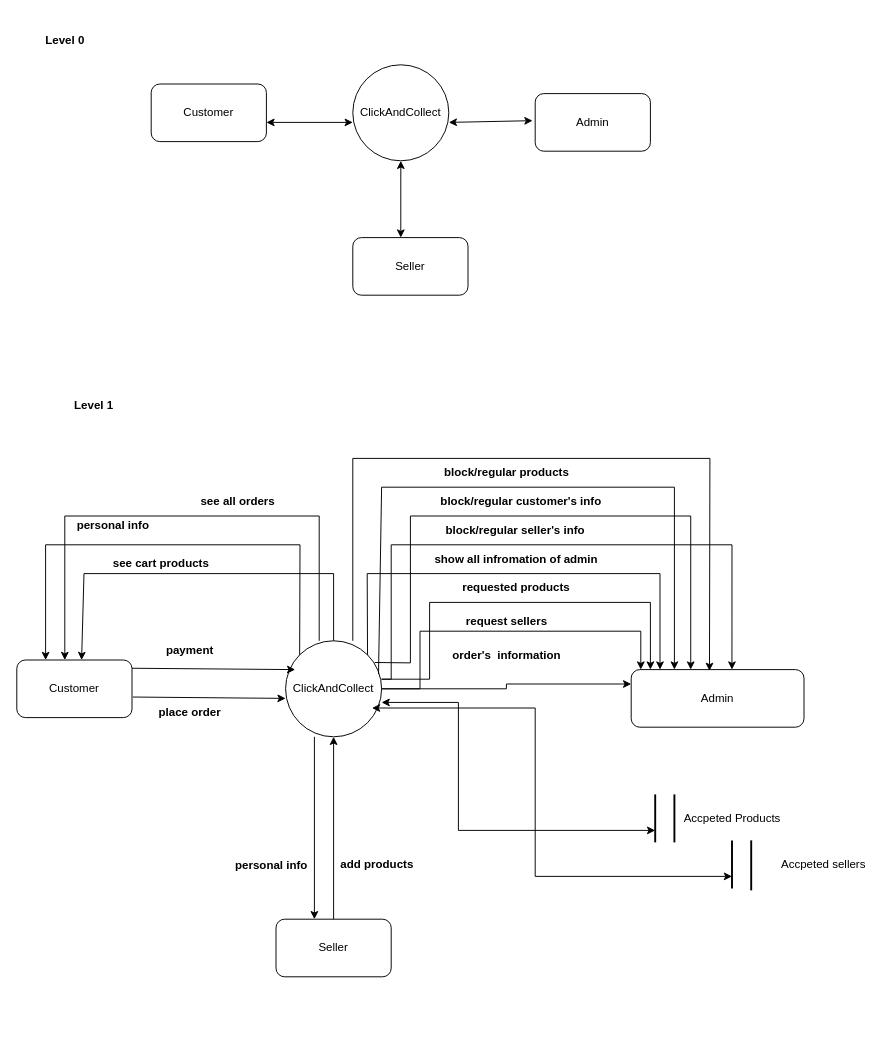
The draw.io diagram Data_Flow_Diagram.drawio in Nasrinjaha/Click-Collect, before the edit. Source tidied: cells renumbered, new cells numbered last; positions are measured from the earlier drawing's top-left corner, leaving out a move shared by most shapes. Both pictures are drawn from the tidied source at 96%, with x=0, y=0 at pixel (16, 26).
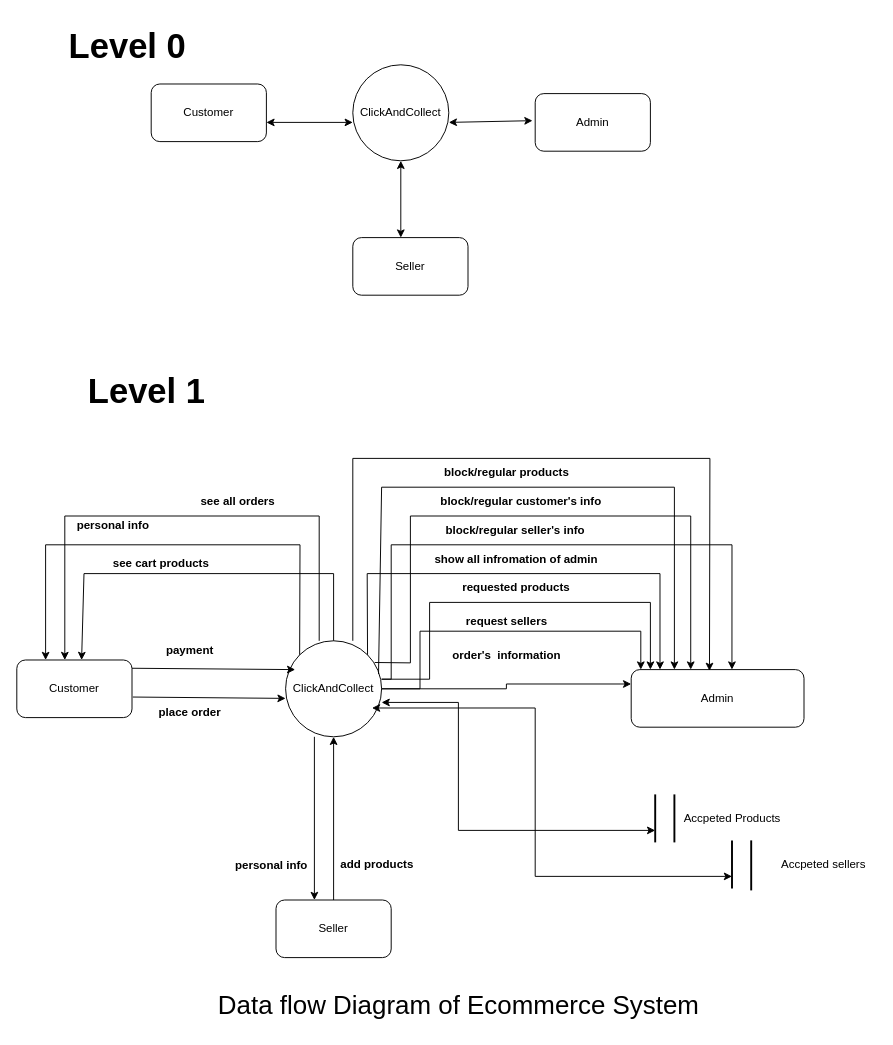
The same page after the edit.

Unchanged cells that the change refers to:
```xml
<mxCell id="12" value="ClickAndCollect" style="ellipse;whiteSpace=wrap;html=1;" parent="1" vertex="1">
  <mxGeometry x="280" y="640" width="100" height="100" as="geometry" />
</mxCell>
```

The edit, as a diff of the source:
```diff
@@
-    <mxCell id="2" value="&lt;b&gt;Level 0&lt;/b&gt;" style="text;html=1;align=center;verticalAlign=middle;strokeColor=none;fillColor=none;" parent="1" vertex="1">
-      <mxGeometry x="20" width="60" height="30" as="geometry" />
+    <mxCell id="2" value="&lt;b style=&quot;font-size: 36px;&quot;&gt;Level 0&lt;/b&gt;" style="text;html=1;align=center;verticalAlign=middle;strokeColor=none;fillColor=none;fontSize=36;" parent="1" vertex="1">
+      <mxGeometry x="40" y="-10" width="150" height="60" as="geometry" />
     </mxCell>
@@
-    <mxCell id="10" value="&lt;b&gt;Level 1&lt;/b&gt;" style="text;html=1;align=center;verticalAlign=middle;strokeColor=none;fillColor=none;" parent="1" vertex="1">
-      <mxGeometry x="50" y="380" width="60" height="30" as="geometry" />
+    <mxCell id="10" value="&lt;b style=&quot;font-size: 36px;&quot;&gt;Level 1&lt;/b&gt;" style="text;html=1;align=center;verticalAlign=middle;strokeColor=none;fillColor=none;fontSize=36;" parent="1" vertex="1">
+      <mxGeometry x="60" y="350" width="150" height="60" as="geometry" />
     </mxCell>
@@
     <mxCell id="15" value="Seller" style="rounded=1;whiteSpace=wrap;html=1;" parent="1" vertex="1">
-      <mxGeometry x="270" y="930" width="120" height="60" as="geometry" />
+      <mxGeometry x="270" y="910" width="120" height="60" as="geometry" />
     </mxCell>
@@
     <mxCell id="17" style="endArrow=classic;startArrow=none;html=1;rounded=0;entryX=0.5;entryY=1;entryDx=0;entryDy=0;endFill=1;startFill=0;" parent="1" edge="1" target="12">
       <mxGeometry relative="1" as="geometry">
-        <mxPoint x="330" y="930" as="sourcePoint" />
+        <mxPoint x="330" y="910" as="sourcePoint" />
       </mxGeometry>
     </mxCell>
@@
     <mxCell id="41" style="endArrow=none;startArrow=classic;html=1;rounded=0;entryX=0.5;entryY=1;entryDx=0;entryDy=0;endFill=0;startFill=1;" parent="1" edge="1">
       <mxGeometry relative="1" as="geometry">
-        <mxPoint x="310" y="930" as="sourcePoint" />
+        <mxPoint x="310" y="910" as="sourcePoint" />
         <mxPoint x="310" y="740" as="targetPoint" />
       </mxGeometry>
     </mxCell>
@@
+    <mxCell id="52" value="Data flow Diagram of Ecommerce System" style="text;html=1;align=center;verticalAlign=middle;strokeColor=none;fillColor=none;fontSize=27;" parent="1" vertex="1">
+      <mxGeometry x="200" y="995" width="520" height="50" as="geometry" />
+    </mxCell>
```
